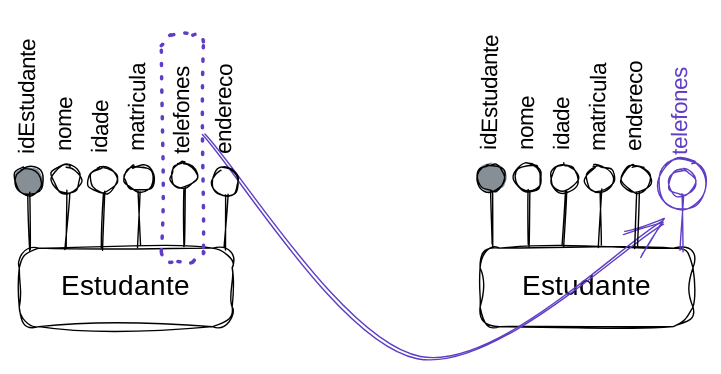
Before: .gitbook/assets/file.excalidraw (13).svg, a diagram exported from Excalidraw (francojoao/gb-banco-de-dados). Source tidied: one line per element, renumbered; positions are measured from the earlier drawing's top-left corner, leaving out a move shared by most shapes.
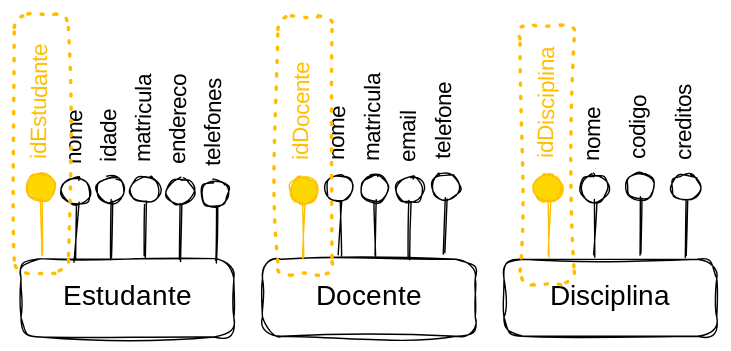
The same diagram one commit later.

What changed in the source:
```diff
@@ -1,43 +1,54 @@
-{"id": 0, "type": "rectangle", "strokeColor": "#000000", "strokeWidth": 1, "roughness": 2, "round": true, "x": 42, "y": 152, "width": 152, "height": 56}
-{"id": 1, "type": "text", "text": "Estudante", "strokeColor": "#000000", "strokeWidth": 1, "roughness": 1, "fontSize": 20, "fontFamily": 1, "textAlign": "center", "verticalAlign": "middle", "inside": 0, "x": 65, "y": 168, "width": 105, "height": 25}
-{"id": 2, "type": "ellipse", "strokeColor": "#000000", "backgroundColor": "#868e96", "fillStyle": "solid", "strokeWidth": 1, "roughness": 1, "round": true, "x": 38, "y": 95, "width": 20, "height": 19}
-{"id": 3, "type": "line", "strokeColor": "#000000", "backgroundColor": "#868e96", "fillStyle": "solid", "strokeWidth": 1, "roughness": 1, "round": true, "x": 49, "y": 113, "width": 1, "height": 40, "points": [[0, 0], [-1, 40]]}
-{"id": 4, "type": "text", "text": "idEstudante", "strokeColor": "#000000", "angle": 4.73, "backgroundColor": "#868e96", "fillStyle": "solid", "strokeWidth": 1, "roughness": 1, "fontSize": 16, "fontFamily": 1, "x": 0, "y": 26, "width": 97, "height": 20}
-{"id": 5, "type": "ellipse", "strokeColor": "#000000", "strokeWidth": 1, "roughness": 1, "round": true, "x": 65, "y": 93, "width": 20, "height": 19}
-{"id": 6, "type": "line", "strokeColor": "#000000", "backgroundColor": "#868e96", "fillStyle": "solid", "strokeWidth": 1, "roughness": 1, "round": true, "x": 76, "y": 111, "width": 1, "height": 40, "points": [[0, 0], [-1, 40]]}
-{"id": 7, "type": "text", "text": "nome", "strokeColor": "#000000", "angle": 4.73, "backgroundColor": "#868e96", "fillStyle": "solid", "strokeWidth": 1, "roughness": 1, "fontSize": 16, "fontFamily": 1, "x": 56, "y": 54, "width": 37, "height": 20}
-{"id": 8, "type": "ellipse", "strokeColor": "#000000", "strokeWidth": 1, "roughness": 1, "round": true, "x": 117, "y": 93, "width": 20, "height": 19}
-{"id": 9, "type": "line", "strokeColor": "#000000", "backgroundColor": "#868e96", "fillStyle": "solid", "strokeWidth": 1, "roughness": 1, "round": true, "x": 128, "y": 111, "width": 1, "height": 40, "points": [[0, 0], [-1, 40]]}
-{"id": 10, "type": "text", "text": "matricula", "strokeColor": "#000000", "angle": 4.73, "backgroundColor": "#868e96", "fillStyle": "solid", "strokeWidth": 1, "roughness": 1, "fontSize": 16, "fontFamily": 1, "x": 90, "y": 35, "width": 74, "height": 20}
-{"id": 11, "type": "rectangle", "strokeColor": "#000000", "strokeWidth": 1, "roughness": 2, "round": true, "x": 371, "y": 152, "width": 152, "height": 56}
-{"id": 12, "type": "text", "text": "Estudante", "strokeColor": "#000000", "strokeWidth": 1, "roughness": 1, "fontSize": 20, "fontFamily": 1, "textAlign": "center", "verticalAlign": "middle", "inside": 11, "x": 394, "y": 168, "width": 105, "height": 25}
-{"id": 13, "type": "ellipse", "strokeColor": "#000000", "backgroundColor": "#868e96", "fillStyle": "solid", "strokeWidth": 1, "roughness": 1, "round": true, "x": 369, "y": 92, "width": 20, "height": 19}
-{"id": 14, "type": "line", "strokeColor": "#000000", "backgroundColor": "#868e96", "fillStyle": "solid", "strokeWidth": 1, "roughness": 1, "round": true, "x": 379, "y": 111, "width": 1, "height": 40, "points": [[0, 0], [-1, 40]]}
-{"id": 15, "type": "text", "text": "idEstudante", "strokeColor": "#000000", "angle": 4.73, "backgroundColor": "#868e96", "fillStyle": "solid", "strokeWidth": 1, "roughness": 1, "fontSize": 16, "fontFamily": 1, "x": 330, "y": 24, "width": 97, "height": 20}
-{"id": 16, "type": "ellipse", "strokeColor": "#000000", "strokeWidth": 1, "roughness": 1, "round": true, "x": 395, "y": 92, "width": 20, "height": 19}
-{"id": 17, "type": "line", "strokeColor": "#000000", "backgroundColor": "#868e96", "fillStyle": "solid", "strokeWidth": 1, "roughness": 1, "round": true, "x": 406, "y": 110, "width": 1, "height": 40, "points": [[0, 0], [-1, 40]]}
-{"id": 18, "type": "text", "text": "nome", "strokeColor": "#000000", "angle": 4.73, "backgroundColor": "#868e96", "fillStyle": "solid", "strokeWidth": 1, "roughness": 1, "fontSize": 16, "fontFamily": 1, "x": 386, "y": 53, "width": 37, "height": 20}
-{"id": 19, "type": "ellipse", "strokeColor": "#000000", "strokeWidth": 1, "roughness": 1, "round": true, "x": 446, "y": 93, "width": 20, "height": 19}
-{"id": 20, "type": "line", "strokeColor": "#000000", "backgroundColor": "#868e96", "fillStyle": "solid", "strokeWidth": 1, "roughness": 1, "round": true, "x": 457, "y": 111, "width": 1, "height": 40, "points": [[0, 0], [-1, 40]]}
-{"id": 21, "type": "text", "text": "matricula", "strokeColor": "#000000", "angle": 4.73, "backgroundColor": "#868e96", "fillStyle": "solid", "strokeWidth": 1, "roughness": 1, "fontSize": 16, "fontFamily": 1, "x": 419, "y": 35, "width": 74, "height": 20}
-{"id": 22, "type": "ellipse", "strokeColor": "#5f3dc4", "strokeWidth": 1, "roughness": 1, "round": true, "x": 504, "y": 96, "width": 20, "height": 19}
-{"id": 23, "type": "line", "strokeColor": "#5f3dc4", "backgroundColor": "#868e96", "fillStyle": "solid", "strokeWidth": 1, "roughness": 1, "round": true, "x": 515, "y": 114, "width": 1, "height": 40, "points": [[0, 0], [-1, 40]]}
-{"id": 24, "type": "text", "text": "telefones", "strokeColor": "#5f3dc4", "angle": 4.73, "backgroundColor": "#868e96", "fillStyle": "solid", "strokeWidth": 1, "roughness": 1, "fontSize": 16, "fontFamily": 1, "x": 477, "y": 39, "width": 74, "height": 20}
-{"id": 25, "type": "ellipse", "strokeColor": "#5f3dc4", "strokeWidth": 1, "roughness": 1, "round": true, "x": 498, "y": 88, "width": 35, "height": 36}
-{"id": 26, "type": "arrow", "strokeColor": "#5f3dc4", "strokeWidth": 1, "roughness": 1, "endArrowhead": "arrow", "round": true, "from": 32, "to": 25, "x": 173, "y": 70, "width": 329, "height": 160, "points": [[0, 0], [154, 160], [329, 65]]}
-{"id": 27, "type": "ellipse", "strokeColor": "#000000", "strokeWidth": 1, "roughness": 1, "round": true, "x": 179, "y": 95, "width": 20, "height": 19}
-{"id": 28, "type": "line", "strokeColor": "#000000", "backgroundColor": "#868e96", "fillStyle": "solid", "strokeWidth": 1, "roughness": 1, "round": true, "x": 190, "y": 113, "width": 1, "height": 40, "points": [[0, 0], [-1, 40]]}
-{"id": 29, "type": "text", "text": "endereco", "strokeColor": "#000000", "angle": 4.73, "backgroundColor": "#868e96", "fillStyle": "solid", "strokeWidth": 1, "roughness": 1, "fontSize": 16, "fontFamily": 1, "x": 155, "y": 40, "width": 69, "height": 20}
-{"id": 30, "type": "ellipse", "strokeColor": "#000000", "strokeWidth": 1, "roughness": 1, "round": true, "x": 149, "y": 91, "width": 19, "height": 19}
-{"id": 31, "type": "line", "strokeColor": "#000000", "backgroundColor": "#868e96", "fillStyle": "solid", "strokeWidth": 1, "roughness": 1, "round": true, "x": 159, "y": 109, "width": 1, "height": 40, "points": [[0, 0], [-1, 40]]}
-{"id": 32, "type": "text", "text": "telefones", "strokeColor": "#000000", "angle": 4.73, "backgroundColor": "#868e96", "fillStyle": "solid", "strokeWidth": 1, "roughness": 1, "fontSize": 16, "fontFamily": 1, "x": 122, "y": 38, "width": 74, "height": 20}
-{"id": 33, "type": "rectangle", "strokeColor": "#5f3dc4", "strokeWidth": 2, "strokeStyle": "dotted", "roughness": 2, "round": true, "x": 143, "y": 0, "width": 30, "height": 162}
-{"id": 34, "type": "ellipse", "strokeColor": "#000000", "strokeWidth": 1, "roughness": 1, "round": true, "x": 472, "y": 93, "width": 20, "height": 19}
-{"id": 35, "type": "line", "strokeColor": "#000000", "backgroundColor": "#868e96", "fillStyle": "solid", "strokeWidth": 1, "roughness": 1, "round": true, "x": 483, "y": 111, "width": 1, "height": 40, "points": [[0, 0], [-1, 40]]}
-{"id": 36, "type": "text", "text": "endereco", "strokeColor": "#000000", "angle": 4.73, "backgroundColor": "#868e96", "fillStyle": "solid", "strokeWidth": 1, "roughness": 1, "fontSize": 16, "fontFamily": 1, "x": 448, "y": 38, "width": 69, "height": 20}
-{"id": 37, "type": "ellipse", "strokeColor": "#000000", "strokeWidth": 1, "roughness": 1, "round": true, "x": 91, "y": 94, "width": 20, "height": 19}
-{"id": 38, "type": "line", "strokeColor": "#000000", "backgroundColor": "#868e96", "fillStyle": "solid", "strokeWidth": 1, "roughness": 1, "round": true, "x": 102, "y": 112, "width": 1, "height": 40, "points": [[0, 0], [-1, 40]]}
-{"id": 39, "type": "text", "text": "idade", "strokeColor": "#000000", "angle": 4.73, "backgroundColor": "#868e96", "fillStyle": "solid", "strokeWidth": 1, "roughness": 1, "fontSize": 16, "fontFamily": 1, "x": 79, "y": 52, "width": 43, "height": 20}
-{"id": 40, "type": "ellipse", "strokeColor": "#000000", "strokeWidth": 1, "roughness": 1, "round": true, "x": 421, "y": 92, "width": 20, "height": 19}
-{"id": 41, "type": "line", "strokeColor": "#000000", "backgroundColor": "#868e96", "fillStyle": "solid", "strokeWidth": 1, "roughness": 1, "round": true, "x": 431, "y": 111, "width": 1, "height": 40, "points": [[0, 0], [-1, 40]]}
-{"id": 42, "type": "text", "text": "idade", "strokeColor": "#000000", "angle": 4.73, "backgroundColor": "#868e96", "fillStyle": "solid", "strokeWidth": 1, "roughness": 1, "fontSize": 16, "fontFamily": 1, "x": 409, "y": 51, "width": 43, "height": 20}
+{"id": 43, "type": "rectangle", "strokeColor": "#000000", "strokeWidth": 1, "roughness": 2, "round": true, "x": 78, "y": 264, "width": 152, "height": 56}
+{"id": 44, "type": "text", "text": "Estudante", "strokeColor": "#000000", "strokeWidth": 1, "roughness": 1, "fontSize": 20, "fontFamily": 1, "textAlign": "center", "verticalAlign": "middle", "inside": 43, "x": 102, "y": 280, "width": 105, "height": 25}
+{"id": 45, "type": "rectangle", "strokeColor": "#000000", "strokeWidth": 1, "roughness": 2, "round": true, "x": 251, "y": 265, "width": 152, "height": 55}
+{"id": 46, "type": "text", "text": "Docente", "strokeColor": "#000000", "strokeWidth": 1, "roughness": 1, "fontSize": 20, "fontFamily": 1, "textAlign": "center", "verticalAlign": "middle", "inside": 45, "x": 286, "y": 280, "width": 81, "height": 25}
+{"id": 47, "type": "rectangle", "strokeColor": "#000000", "strokeWidth": 1, "roughness": 2, "round": true, "x": 423, "y": 265, "width": 152, "height": 55}
+{"id": 48, "type": "text", "text": "Disciplina", "strokeColor": "#000000", "strokeWidth": 1, "roughness": 1, "fontSize": 20, "fontFamily": 1, "textAlign": "center", "verticalAlign": "middle", "inside": 47, "x": 455, "y": 280, "width": 89, "height": 25}
+{"id": 49, "type": "ellipse", "strokeColor": "#ffbf00", "backgroundColor": "#ffd700", "fillStyle": "solid", "strokeWidth": 1, "roughness": 1, "round": true, "x": 83, "y": 204, "width": 20, "height": 19}
+{"id": 50, "type": "line", "strokeColor": "#ffbf00", "backgroundColor": "#ffd700", "fillStyle": "solid", "strokeWidth": 1, "roughness": 1, "round": true, "x": 93, "y": 222, "width": 1, "height": 40, "points": [[0, 0], [-1, 40]]}
+{"id": 51, "type": "text", "text": "idEstudante", "strokeColor": "#ffbf00", "angle": 4.73, "backgroundColor": "#ffd700", "fillStyle": "solid", "strokeWidth": 1, "roughness": 1, "fontSize": 16, "fontFamily": 1, "x": 44, "y": 135, "width": 97, "height": 20}
+{"id": 52, "type": "ellipse", "strokeColor": "#000000", "strokeWidth": 1, "roughness": 1, "round": true, "x": 108, "y": 207, "width": 20, "height": 19}
+{"id": 53, "type": "line", "strokeColor": "#000000", "backgroundColor": "#868e96", "fillStyle": "solid", "strokeWidth": 1, "roughness": 1, "round": true, "x": 119, "y": 225, "width": 1, "height": 40, "points": [[0, 0], [-1, 40]]}
+{"id": 54, "type": "text", "text": "nome", "strokeColor": "#000000", "angle": 4.73, "backgroundColor": "#868e96", "fillStyle": "solid", "strokeWidth": 1, "roughness": 1, "fontSize": 16, "fontFamily": 1, "x": 99, "y": 168, "width": 37, "height": 20}
+{"id": 55, "type": "ellipse", "strokeColor": "#000000", "strokeWidth": 1, "roughness": 1, "round": true, "x": 157, "y": 206, "width": 20, "height": 19}
+{"id": 56, "type": "line", "strokeColor": "#000000", "backgroundColor": "#868e96", "fillStyle": "solid", "strokeWidth": 1, "roughness": 1, "round": true, "x": 168, "y": 224, "width": 1, "height": 40, "points": [[0, 0], [-1, 40]]}
+{"id": 57, "type": "text", "text": "matricula", "strokeColor": "#000000", "angle": 4.73, "backgroundColor": "#868e96", "fillStyle": "solid", "strokeWidth": 1, "roughness": 1, "fontSize": 16, "fontFamily": 1, "x": 130, "y": 148, "width": 74, "height": 20}
+{"id": 58, "type": "ellipse", "strokeColor": "#000000", "strokeWidth": 1, "roughness": 1, "round": true, "x": 182, "y": 207, "width": 20, "height": 19}
+{"id": 59, "type": "line", "strokeColor": "#000000", "backgroundColor": "#868e96", "fillStyle": "solid", "strokeWidth": 1, "roughness": 1, "round": true, "x": 193, "y": 226, "width": 1, "height": 40, "points": [[0, 0], [-1, 40]]}
+{"id": 60, "type": "text", "text": "endereco", "strokeColor": "#000000", "angle": 4.73, "backgroundColor": "#868e96", "fillStyle": "solid", "strokeWidth": 1, "roughness": 1, "fontSize": 16, "fontFamily": 1, "x": 157, "y": 153, "width": 69, "height": 20}
+{"id": 61, "type": "ellipse", "strokeColor": "#000000", "strokeWidth": 1, "roughness": 1, "round": true, "x": 296, "y": 204, "width": 20, "height": 19}
+{"id": 62, "type": "line", "strokeColor": "#000000", "backgroundColor": "#868e96", "fillStyle": "solid", "strokeWidth": 1, "roughness": 1, "round": true, "x": 307, "y": 223, "width": 1, "height": 40, "points": [[0, 0], [-1, 40]]}
+{"id": 63, "type": "text", "text": "nome", "strokeColor": "#000000", "angle": 4.73, "backgroundColor": "#868e96", "fillStyle": "solid", "strokeWidth": 1, "roughness": 1, "fontSize": 16, "fontFamily": 1, "x": 287, "y": 166, "width": 37, "height": 20}
+{"id": 64, "type": "ellipse", "strokeColor": "#000000", "strokeWidth": 1, "roughness": 1, "round": true, "x": 321, "y": 205, "width": 20, "height": 19}
+{"id": 65, "type": "line", "strokeColor": "#000000", "backgroundColor": "#868e96", "fillStyle": "solid", "strokeWidth": 1, "roughness": 1, "round": true, "x": 332, "y": 223, "width": 1, "height": 40, "points": [[0, 0], [-1, 40]]}
+{"id": 66, "type": "text", "text": "matricula", "strokeColor": "#000000", "angle": 4.73, "backgroundColor": "#868e96", "fillStyle": "solid", "strokeWidth": 1, "roughness": 1, "fontSize": 16, "fontFamily": 1, "x": 294, "y": 148, "width": 74, "height": 20}
+{"id": 67, "type": "ellipse", "strokeColor": "#000000", "strokeWidth": 1, "roughness": 1, "round": true, "x": 372, "y": 203, "width": 20, "height": 19}
+{"id": 68, "type": "line", "strokeColor": "#000000", "backgroundColor": "#868e96", "fillStyle": "solid", "strokeWidth": 1, "roughness": 1, "round": true, "x": 382, "y": 221, "width": 1, "height": 40, "points": [[0, 0], [-1, 40]]}
+{"id": 69, "type": "text", "text": "telefone", "strokeColor": "#000000", "angle": 4.73, "backgroundColor": "#868e96", "fillStyle": "solid", "strokeWidth": 1, "roughness": 1, "fontSize": 16, "fontFamily": 1, "x": 348, "y": 150, "width": 66, "height": 20}
+{"id": 70, "type": "ellipse", "strokeColor": "#ffbf00", "backgroundColor": "#ffd700", "fillStyle": "solid", "strokeWidth": 1, "roughness": 1, "round": true, "x": 270, "y": 206, "width": 20, "height": 19}
+{"id": 71, "type": "line", "strokeColor": "#ffbf00", "backgroundColor": "#ffd700", "fillStyle": "solid", "strokeWidth": 1, "roughness": 1, "round": true, "x": 281, "y": 224, "width": 1, "height": 40, "points": [[0, 0], [-1, 40]]}
+{"id": 72, "type": "text", "text": "idDocente", "strokeColor": "#ffbf00", "angle": 4.73, "backgroundColor": "#ffd700", "fillStyle": "solid", "strokeWidth": 1, "roughness": 1, "fontSize": 16, "fontFamily": 1, "x": 241, "y": 145, "width": 78, "height": 20}
+{"id": 73, "type": "ellipse", "strokeColor": "#000000", "strokeWidth": 1, "roughness": 1, "round": true, "x": 478, "y": 204, "width": 20, "height": 19}
+{"id": 74, "type": "line", "strokeColor": "#000000", "backgroundColor": "#868e96", "fillStyle": "solid", "strokeWidth": 1, "roughness": 1, "round": true, "x": 489, "y": 223, "width": 1, "height": 40, "points": [[0, 0], [-1, 40]]}
+{"id": 75, "type": "text", "text": "nome", "strokeColor": "#000000", "angle": 4.73, "backgroundColor": "#868e96", "fillStyle": "solid", "strokeWidth": 1, "roughness": 1, "fontSize": 16, "fontFamily": 1, "x": 469, "y": 166, "width": 37, "height": 20}
+{"id": 76, "type": "ellipse", "strokeColor": "#000000", "strokeWidth": 1, "roughness": 1, "round": true, "x": 511, "y": 203, "width": 20, "height": 19}
+{"id": 77, "type": "line", "strokeColor": "#000000", "backgroundColor": "#868e96", "fillStyle": "solid", "strokeWidth": 1, "roughness": 1, "round": true, "x": 521, "y": 222, "width": 1, "height": 40, "points": [[0, 0], [-1, 40]]}
+{"id": 78, "type": "text", "text": "codigo", "strokeColor": "#000000", "angle": 4.73, "backgroundColor": "#868e96", "fillStyle": "solid", "strokeWidth": 1, "roughness": 1, "fontSize": 16, "fontFamily": 1, "x": 496, "y": 159, "width": 48, "height": 20}
+{"id": 79, "type": "ellipse", "strokeColor": "#ffbf00", "backgroundColor": "#ffd700", "fillStyle": "solid", "strokeWidth": 1, "roughness": 1, "round": true, "x": 445, "y": 204, "width": 20, "height": 19}
+{"id": 80, "type": "line", "strokeColor": "#ffbf00", "backgroundColor": "#ffd700", "fillStyle": "solid", "strokeWidth": 1, "roughness": 1, "round": true, "x": 456, "y": 223, "width": 1, "height": 40, "points": [[0, 0], [-1, 40]]}
+{"id": 81, "type": "text", "text": "idDisciplina", "strokeColor": "#ffbf00", "angle": 4.73, "backgroundColor": "#ffd700", "fillStyle": "solid", "strokeWidth": 1, "roughness": 1, "fontSize": 16, "fontFamily": 1, "x": 413, "y": 140, "width": 85, "height": 20}
+{"id": 82, "type": "ellipse", "strokeColor": "#000000", "strokeWidth": 1, "roughness": 1, "round": true, "x": 543, "y": 204, "width": 20, "height": 19}
+{"id": 83, "type": "line", "strokeColor": "#000000", "backgroundColor": "#868e96", "fillStyle": "solid", "strokeWidth": 1, "roughness": 1, "round": true, "x": 554, "y": 222, "width": 1, "height": 40, "points": [[0, 0], [-1, 40]]}
+{"id": 84, "type": "text", "text": "creditos", "strokeColor": "#000000", "angle": 4.73, "backgroundColor": "#868e96", "fillStyle": "solid", "strokeWidth": 1, "roughness": 1, "fontSize": 16, "fontFamily": 1, "x": 521, "y": 151, "width": 65, "height": 20}
+{"id": 85, "type": "ellipse", "strokeColor": "#000000", "strokeWidth": 1, "roughness": 1, "round": true, "x": 346, "y": 206, "width": 20, "height": 19}
+{"id": 86, "type": "line", "strokeColor": "#000000", "backgroundColor": "#868e96", "fillStyle": "solid", "strokeWidth": 1, "roughness": 1, "round": true, "x": 357, "y": 224, "width": 1, "height": 40, "points": [[0, 0], [-1, 40]]}
+{"id": 87, "type": "text", "text": "email", "strokeColor": "#000000", "angle": 4.73, "backgroundColor": "#868e96", "fillStyle": "solid", "strokeWidth": 1, "roughness": 1, "fontSize": 16, "fontFamily": 1, "x": 337, "y": 166, "width": 39, "height": 20}
+{"id": 88, "type": "ellipse", "strokeColor": "#000000", "strokeWidth": 1, "roughness": 1, "round": true, "x": 207, "y": 209, "width": 20, "height": 19}
+{"id": 89, "type": "line", "strokeColor": "#000000", "backgroundColor": "#868e96", "fillStyle": "solid", "strokeWidth": 1, "roughness": 1, "round": true, "x": 218, "y": 227, "width": 1, "height": 40, "points": [[0, 0], [-1, 40]]}
+{"id": 90, "type": "text", "text": "telefones", "strokeColor": "#000000", "angle": 4.73, "backgroundColor": "#868e96", "fillStyle": "solid", "strokeWidth": 1, "roughness": 1, "fontSize": 16, "fontFamily": 1, "x": 180, "y": 151, "width": 74, "height": 20}
+{"id": 91, "type": "ellipse", "strokeColor": "#000000", "strokeWidth": 1, "roughness": 1, "round": true, "x": 132, "y": 206, "width": 20, "height": 19}
+{"id": 92, "type": "line", "strokeColor": "#000000", "backgroundColor": "#868e96", "fillStyle": "solid", "strokeWidth": 1, "roughness": 1, "round": true, "x": 143, "y": 224, "width": 1, "height": 40, "points": [[0, 0], [-1, 40]]}
+{"id": 93, "type": "text", "text": "idade", "strokeColor": "#000000", "angle": 4.73, "backgroundColor": "#868e96", "fillStyle": "solid", "strokeWidth": 1, "roughness": 1, "fontSize": 16, "fontFamily": 1, "x": 121, "y": 164, "width": 43, "height": 20}
+{"id": 94, "type": "rectangle", "strokeColor": "#ffbf00", "strokeWidth": 2, "strokeStyle": "dotted", "roughness": 2, "round": true, "x": 74, "y": 90, "width": 39, "height": 185}
+{"id": 95, "type": "rectangle", "strokeColor": "#ffbf00", "strokeWidth": 2, "strokeStyle": "dotted", "roughness": 2, "round": true, "x": 262, "y": 91, "width": 39, "height": 185}
+{"id": 96, "type": "rectangle", "strokeColor": "#ffbf00", "strokeWidth": 2, "strokeStyle": "dotted", "roughness": 2, "round": true, "x": 435, "y": 98, "width": 39, "height": 185}
```
